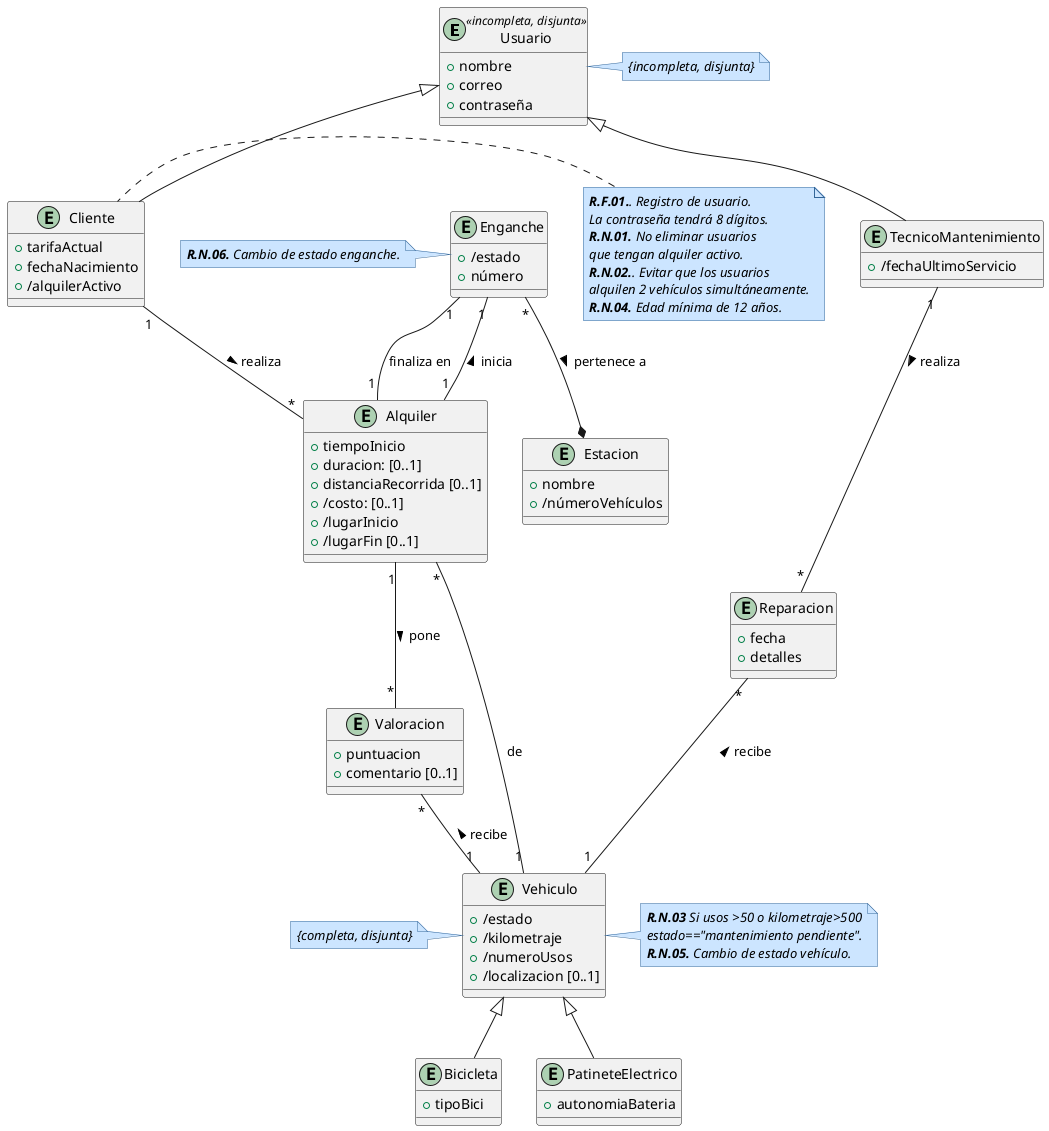
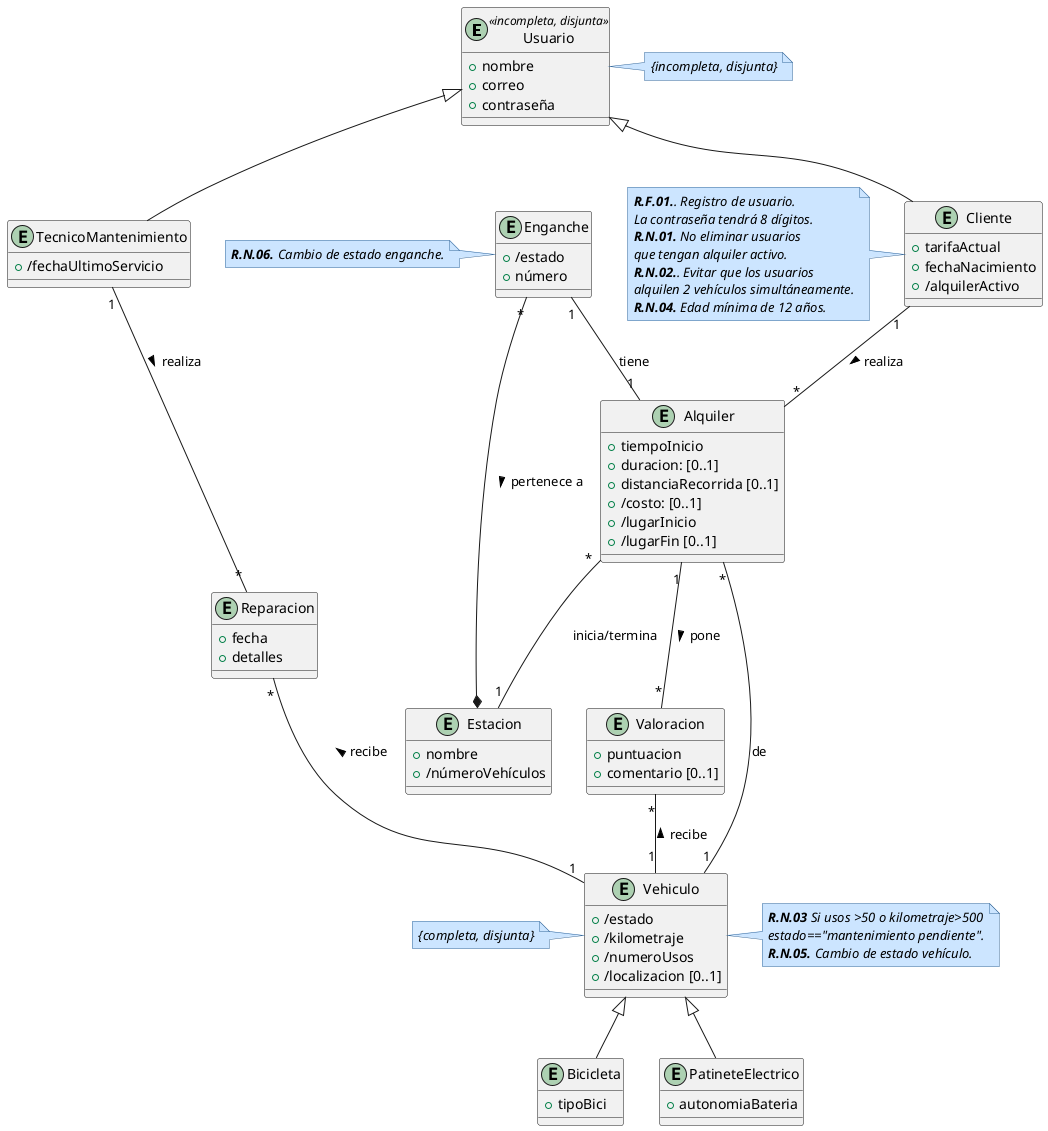
@startuml DiagramaClases

skinparam note {
  BackgroundColor #cce5ff
  BorderColor #336699
  FontStyle italic
}

entity Usuario<<incompleta, disjunta>> {
    +nombre
    +correo
    +contraseña
}
note right: {incompleta, disjunta}


entity Cliente {
    +tarifaActual
    +fechaNacimiento
    +/alquilerActivo
}
note left
'''
 **R.F.01.**. Registro de usuario.
 La contraseña tendrá 8 dígitos.
 **R.N.01.** No eliminar usuarios
 que tengan alquiler activo.
 **R.N.02.**. Evitar que los usuarios
 alquilen 2 vehículos simultáneamente.
 **R.N.04.** Edad mínima de 12 años.
'''
end note


entity TecnicoMantenimiento {
    +/fechaUltimoServicio
}

entity Reparacion {
    +fecha
    +detalles
}

entity Valoracion {
    +puntuacion
    +comentario [0..1]
}

/'
La distancia recorrida la cuenta el vehículo con un
medidor incorporado y solo se registra cuando termina el recorrido.
Por eso mismo no es derivada de lugar inicio o fin, porque si no si acabas
en el mismo sitio la distancia recorrida sería 0.
'/
entity Alquiler {
    +tiempoInicio
    +duracion: [0..1]
    +distanciaRecorrida [0..1]
    +/costo: [0..1]
    +/lugarInicio
    +/lugarFin [0..1]
}

/'
La localización del vehículo se muestra cuando se guarda el vehículo.
No se guarda localización por GPS.
'/
entity Vehiculo {
    +/estado
    +/kilometraje
    +/numeroUsos
    +/localizacion [0..1]
}
note right
'''
 **R.N.03** Si usos >50 o kilometraje>500
 estado=="mantenimiento pendiente".
 **R.N.05.** Cambio de estado vehículo.
'''
end note
note left of Vehiculo: {completa, disjunta}

entity Estacion {
    +nombre
    +/númeroVehículos
}

entity Enganche {
    +/estado
    +número
}
note left
'''
 **R.N.06.** Cambio de estado enganche.
'''
end note

entity Bicicleta {
    +tipoBici
}

entity PatineteElectrico {
    +autonomiaBateria
}

Usuario <|-- Cliente
Usuario <|-- TecnicoMantenimiento

Enganche "*"--* Estacion : pertenece a >

'Relación directa valoraciones'
Alquiler "1"--"*" Valoracion : pone >
Valoracion "*"--"1" Vehiculo : recibe <

TecnicoMantenimiento "1"--"*" Reparacion : realiza >
Reparacion "*"--"1" Vehiculo : recibe <

- Enganche "1" --"1" Alquiler: inicia <
- Enganche "1" --"1" Alquiler: finaliza en
+ Enganche "1" --"1" Alquiler: tiene


'Relacion de Alquileres'
Cliente "1"--"*"  Alquiler: realiza >

Alquiler "*"--"1" Vehiculo: de
+ Alquiler "*"--"1" Estacion: inicia/termina

Vehiculo <|-- Bicicleta
Vehiculo <|-- PatineteElectrico


@enduml